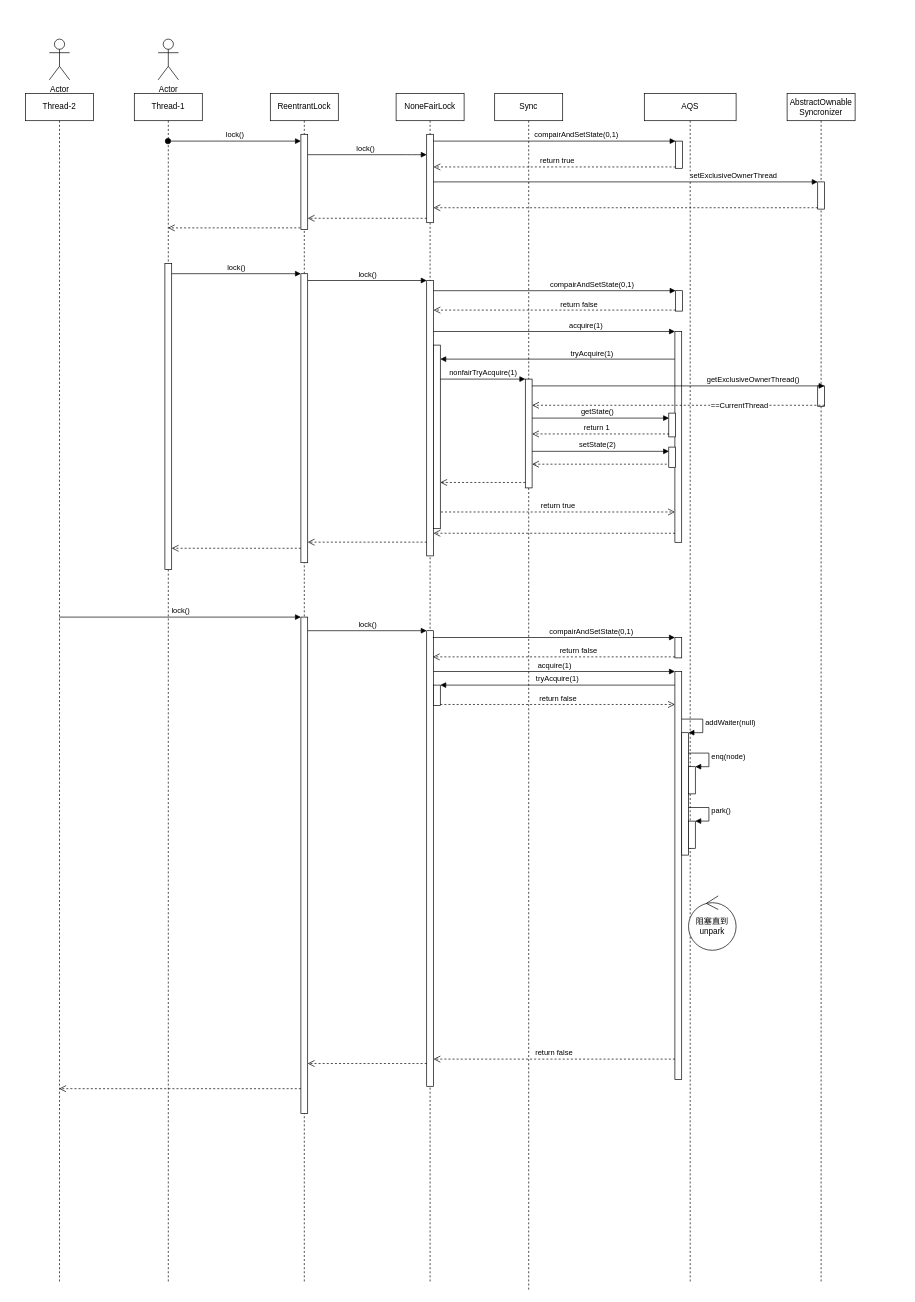
Before: docs/views/java/jdk/java.util/concurrent/ReentrantLock_lock.drawio in kkyeer/kkyeer.github.io, a draw.io diagram. Source tidied: cells renumbered, new cells numbered last; positions are measured from the earlier drawing's top-left corner, leaving out a move shared by most shapes. Both pictures are drawn from the tidied source at 68%, with x=0, y=0 at pixel (25, 39).
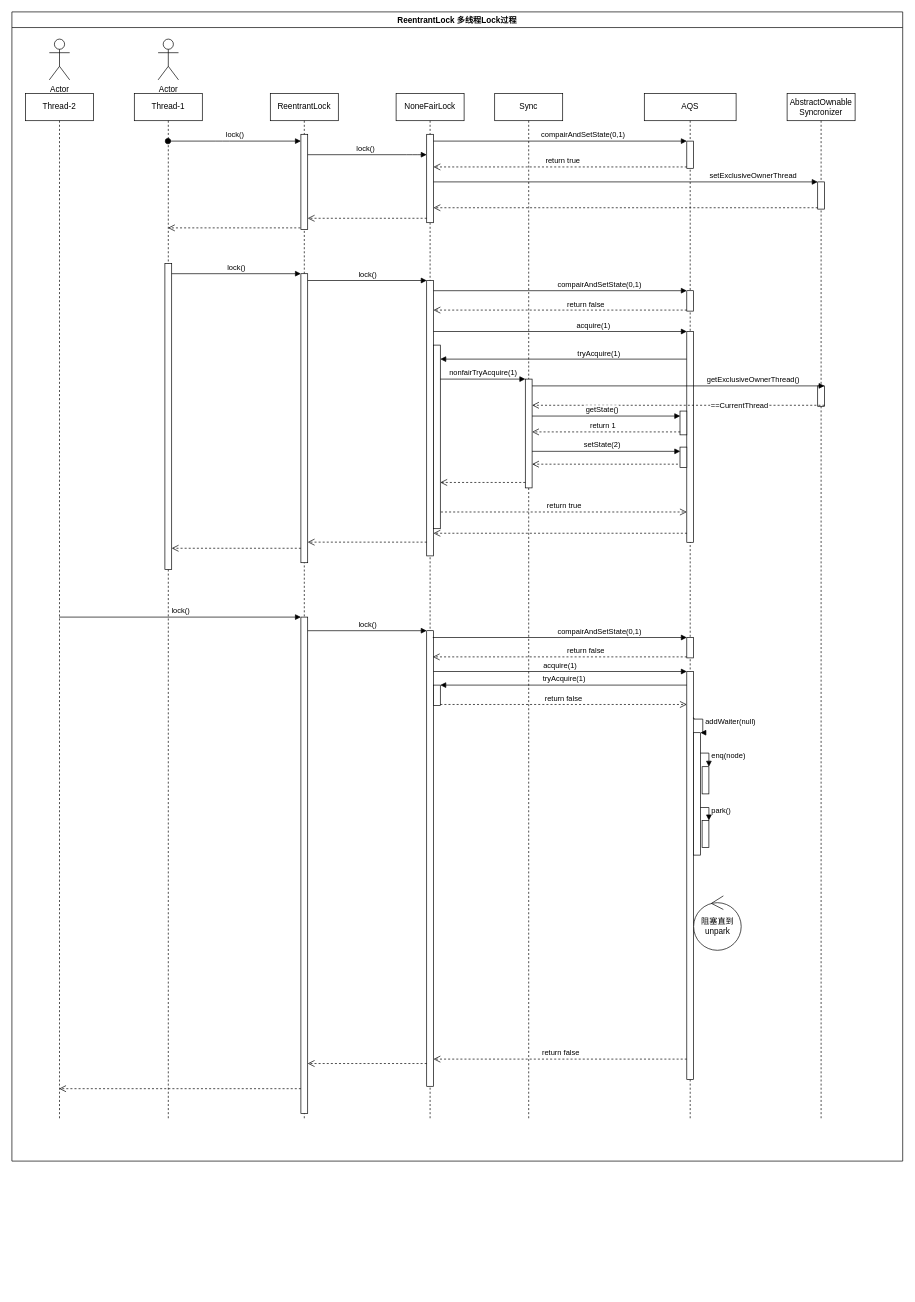
The same diagram, later.

Unchanged cells that the change refers to:
```xml
<mxCell id="8" style="html=1;points=[];perimeter=orthogonalPerimeter;" parent="7" vertex="1">
  <mxGeometry x="45" y="60" width="10" height="130" as="geometry" />
</mxCell>
<mxCell id="35" style="html=1;points=[];perimeter=orthogonalPerimeter;fillColor=#ffffff;" parent="34" vertex="1">
  <mxGeometry x="45" y="130" width="10" height="40" as="geometry" />
</mxCell>
```

Change to the diagram source:
```diff
@@
     <mxCell id="3" value="ReentrantLock" style="shape=umlLifeline;perimeter=lifelinePerimeter;whiteSpace=wrap;html=1;" parent="1" vertex="1">
-      <mxGeometry x="360" y="80" width="100" height="1750" as="geometry" />
+      <mxGeometry x="360" y="80" width="100" height="1510" as="geometry" />
     </mxCell>
@@
     <mxCell id="7" value="NoneFairLock" style="shape=umlLifeline;perimeter=lifelinePerimeter;whiteSpace=wrap;html=1;" parent="1" vertex="1">
-      <mxGeometry x="545" y="80" width="100" height="1750" as="geometry" />
+      <mxGeometry x="545" y="80" width="100" height="1510" as="geometry" />
     </mxCell>
@@
     <mxCell id="15" value="AQS" style="shape=umlLifeline;perimeter=lifelinePerimeter;whiteSpace=wrap;html=1;" parent="1" vertex="1">
-      <mxGeometry x="910" y="80" width="135" height="1750" as="geometry" />
+      <mxGeometry x="910" y="80" width="135" height="1510" as="geometry" />
     </mxCell>
     <mxCell id="16" style="html=1;points=[];perimeter=orthogonalPerimeter;" parent="15" vertex="1">
-      <mxGeometry x="46" y="70" width="10" height="40" as="geometry" />
+      <mxGeometry x="62.5" y="70" width="10" height="40" as="geometry" />
     </mxCell>
     <mxCell id="17" style="html=1;points=[];perimeter=orthogonalPerimeter;" parent="15" vertex="1">
-      <mxGeometry x="46" y="290" width="10" height="30" as="geometry" />
+      <mxGeometry x="62.5" y="290" width="10" height="30" as="geometry" />
     </mxCell>
     <mxCell id="18" style="html=1;points=[];perimeter=orthogonalPerimeter;fillColor=#ffffff;" parent="15" vertex="1">
-      <mxGeometry x="45" y="350" width="10" height="310" as="geometry" />
+      <mxGeometry x="62.5" y="350" width="10" height="310" as="geometry" />
     </mxCell>
     <mxCell id="19" style="html=1;points=[];perimeter=orthogonalPerimeter;fillColor=#ffffff;" parent="15" vertex="1">
-      <mxGeometry x="36" y="470" width="10" height="35" as="geometry" />
+      <mxGeometry x="52.5" y="467" width="10" height="35" as="geometry" />
     </mxCell>
     <mxCell id="20" style="html=1;points=[];perimeter=orthogonalPerimeter;fillColor=#ffffff;" parent="15" vertex="1">
-      <mxGeometry x="36" y="520" width="10" height="30" as="geometry" />
+      <mxGeometry x="52.5" y="520" width="10" height="30" as="geometry" />
     </mxCell>
     <mxCell id="21" style="html=1;points=[];perimeter=orthogonalPerimeter;" parent="15" vertex="1">
-      <mxGeometry x="45" y="800" width="10" height="30" as="geometry" />
+      <mxGeometry x="62.5" y="800" width="10" height="30" as="geometry" />
     </mxCell>
@@
     <mxCell id="24" style="html=1;points=[];perimeter=orthogonalPerimeter;fillColor=#ffffff;" parent="15" vertex="1">
-      <mxGeometry x="45" y="850" width="10" height="600" as="geometry" />
+      <mxGeometry x="62.5" y="850" width="10" height="600" as="geometry" />
     </mxCell>
     <mxCell id="25" style="html=1;points=[];perimeter=orthogonalPerimeter;fillColor=#ffffff;" parent="15" vertex="1">
-      <mxGeometry x="55" y="940" width="10" height="180" as="geometry" />
+      <mxGeometry x="72.5" y="940" width="10" height="180" as="geometry" />
     </mxCell>
-    <mxCell id="26" value="addWaiter(null)" style="edgeStyle=orthogonalEdgeStyle;html=1;align=left;spacingLeft=2;endArrow=block;rounded=0;entryX=1;entryY=0;" parent="15" edge="1" target="25">
+    <mxCell id="26" value="addWaiter(null)" style="edgeStyle=orthogonalEdgeStyle;html=1;align=left;spacingLeft=2;endArrow=block;rounded=0;entryX=1;entryY=0;exitX=0.903;exitY=0.114;exitDx=0;exitDy=0;exitPerimeter=0;" parent="15" edge="1" source="24" target="25">
       <mxGeometry relative="1" as="geometry">
-        <mxPoint x="55" y="920" as="sourcePoint" />
         <Array as="points">
+          <mxPoint x="73" y="918" />
+          <mxPoint x="73" y="920" />
           <mxPoint x="86" y="920" />
           <mxPoint x="86" y="940" />
         </Array>
       </mxGeometry>
     </mxCell>
     <mxCell id="27" style="html=1;points=[];perimeter=orthogonalPerimeter;fillColor=#ffffff;" parent="15" vertex="1">
-      <mxGeometry x="65" y="990" width="10" height="40" as="geometry" />
+      <mxGeometry x="85" y="990" width="10" height="40" as="geometry" />
     </mxCell>
@@
     <mxCell id="29" style="html=1;points=[];perimeter=orthogonalPerimeter;fillColor=#ffffff;" parent="15" vertex="1">
-      <mxGeometry x="65" y="1070" width="10" height="40" as="geometry" />
+      <mxGeometry x="85" y="1069" width="10" height="40" as="geometry" />
     </mxCell>
@@
     <mxCell id="31" value="阻塞直到unpark" style="ellipse;shape=umlControl;whiteSpace=wrap;html=1;fillColor=#ffffff;" parent="15" vertex="1">
-      <mxGeometry x="65" y="1180" width="70" height="80" as="geometry" />
+      <mxGeometry x="72.5" y="1180" width="70" height="80" as="geometry" />
     </mxCell>
@@
     <mxCell id="34" value="AbstractOwnable&lt;br&gt;Syncronizer" style="shape=umlLifeline;perimeter=lifelinePerimeter;whiteSpace=wrap;html=1;" parent="1" vertex="1">
-      <mxGeometry x="1120" y="80" width="100" height="1750" as="geometry" />
+      <mxGeometry x="1120" y="80" width="100" height="1510" as="geometry" />
     </mxCell>
@@
     <mxCell id="37" value="setExclusiveOwnerThread" style="html=1;verticalAlign=bottom;endArrow=block;entryX=0;entryY=0;" parent="1" edge="1" source="8" target="35">
-      <mxGeometry x="0.56" relative="1" as="geometry" />
+      <mxGeometry x="0.66" relative="1" as="geometry">
+        <mxPoint x="1" as="offset" />
+      </mxGeometry>
     </mxCell>
@@
     <mxCell id="39" value="Thread-1" style="shape=umlLifeline;perimeter=lifelinePerimeter;whiteSpace=wrap;html=1;outlineConnect=0;fillColor=#ffffff;" parent="1" vertex="1">
-      <mxGeometry x="160" y="80" width="100" height="1750" as="geometry" />
+      <mxGeometry x="160" y="80" width="100" height="1510" as="geometry" />
     </mxCell>
@@
     <mxCell id="53" value="Sync" style="shape=umlLifeline;perimeter=lifelinePerimeter;whiteSpace=wrap;html=1;fillColor=#ffffff;" parent="1" vertex="1">
-      <mxGeometry x="690" y="80" width="100" height="1760" as="geometry" />
+      <mxGeometry x="690" y="80" width="100" height="1510" as="geometry" />
     </mxCell>
@@
     <mxCell id="64" value="Thread-2" style="shape=umlLifeline;perimeter=lifelinePerimeter;whiteSpace=wrap;html=1;outlineConnect=0;fillColor=#ffffff;" parent="1" vertex="1">
-      <mxGeometry y="80" width="100" height="1750" as="geometry" />
+      <mxGeometry y="80" width="100" height="1510" as="geometry" />
     </mxCell>
@@
+    <mxCell id="74" value="ReentrantLock 多线程Lock过程" style="swimlane;" parent="1" vertex="1">
+      <mxGeometry x="-20" y="-40" width="1310" height="1690" as="geometry" />
+    </mxCell>
```
